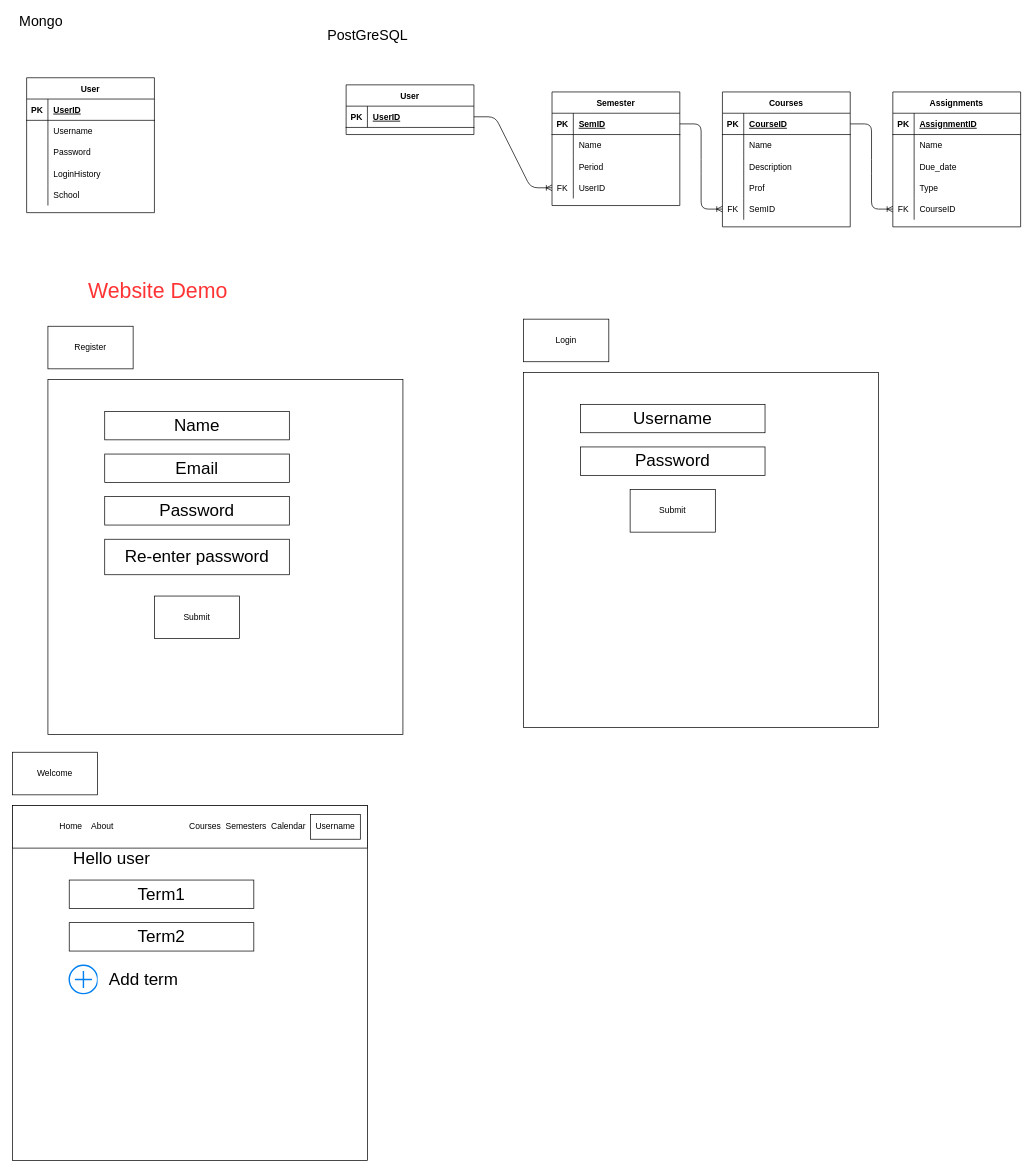
Before: databasediagram.drawio in TueNguyen2911/Semester_Organizer, a draw.io diagram. Source tidied: cells renumbered, new cells numbered last; positions are measured from the earlier drawing's top-left corner, leaving out a move shared by most shapes. Both pictures are drawn from the tidied source at 71%, with x=0, y=0 at pixel (12, 13).
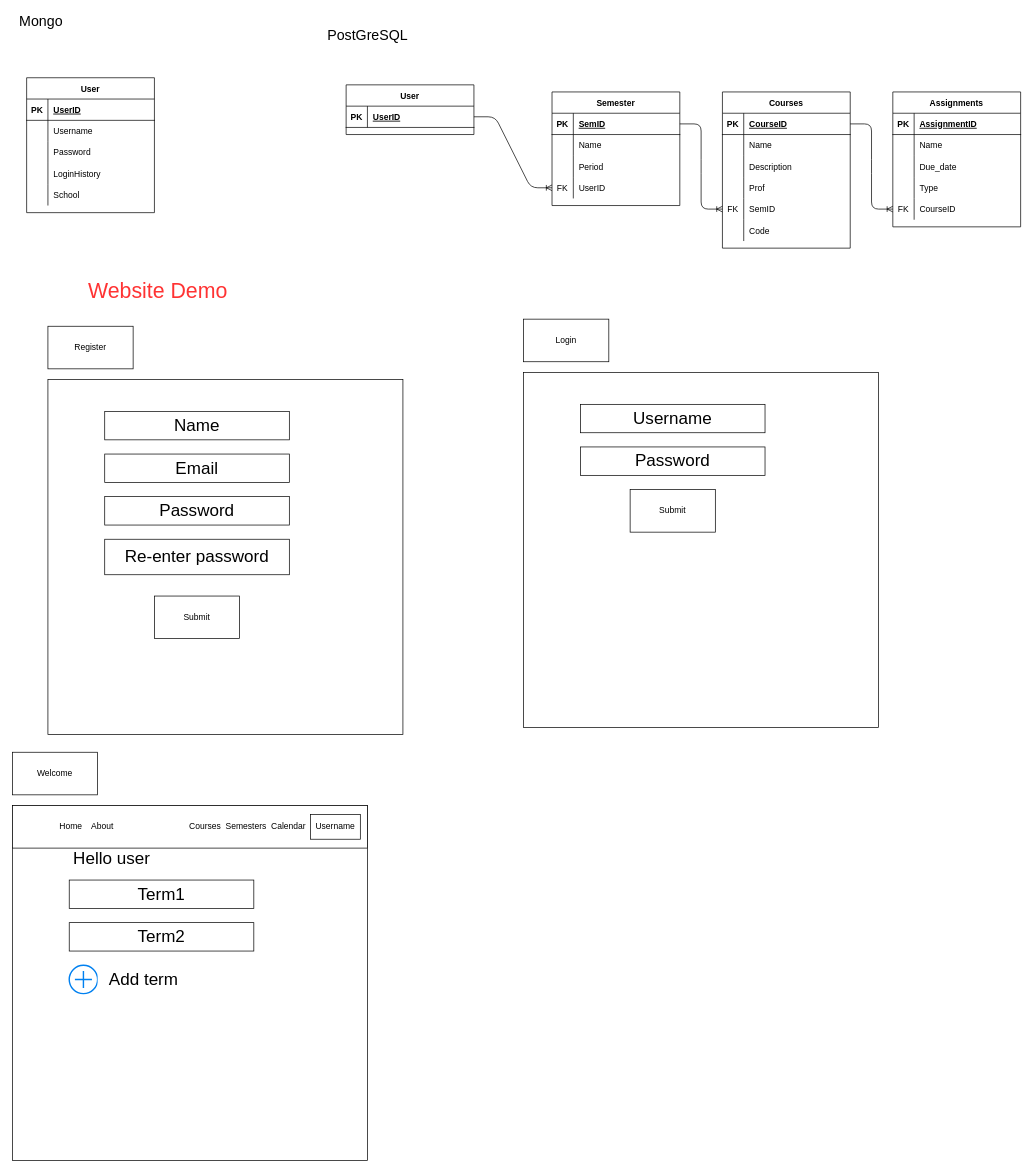
After the change.

What changed in the source:
```diff
@@
     <mxCell id="38" value="Courses" style="shape=table;startSize=30;childLayout=tableLayout;rowLines=0;fontStyle=1;align=center;" parent="1" vertex="1">
-      <mxGeometry x="1000" y="110" width="180" height="190" as="geometry" />
+      <mxGeometry x="1000" y="110" width="180" height="220" as="geometry" />
     </mxCell>
@@
+    <mxCell id="94" style="shape=partialRectangle;fillColor=none;top=0;left=0;bottom=0;right=0;" parent="38" vertex="1">
+      <mxGeometry y="180" width="180" height="30" as="geometry" />
+    </mxCell>
+    <mxCell id="95" style="shape=partialRectangle;fillColor=none;top=0;left=0;bottom=0;right=0;overflow=hidden;" parent="94" vertex="1">
+      <mxGeometry width="30" height="30" as="geometry" />
+    </mxCell>
+    <mxCell id="96" value="Code" style="shape=partialRectangle;fillColor=none;top=0;left=0;bottom=0;right=0;align=left;spacingLeft=6;overflow=hidden;" parent="94" vertex="1">
+      <mxGeometry x="30" width="150" height="30" as="geometry" />
+    </mxCell>
```
